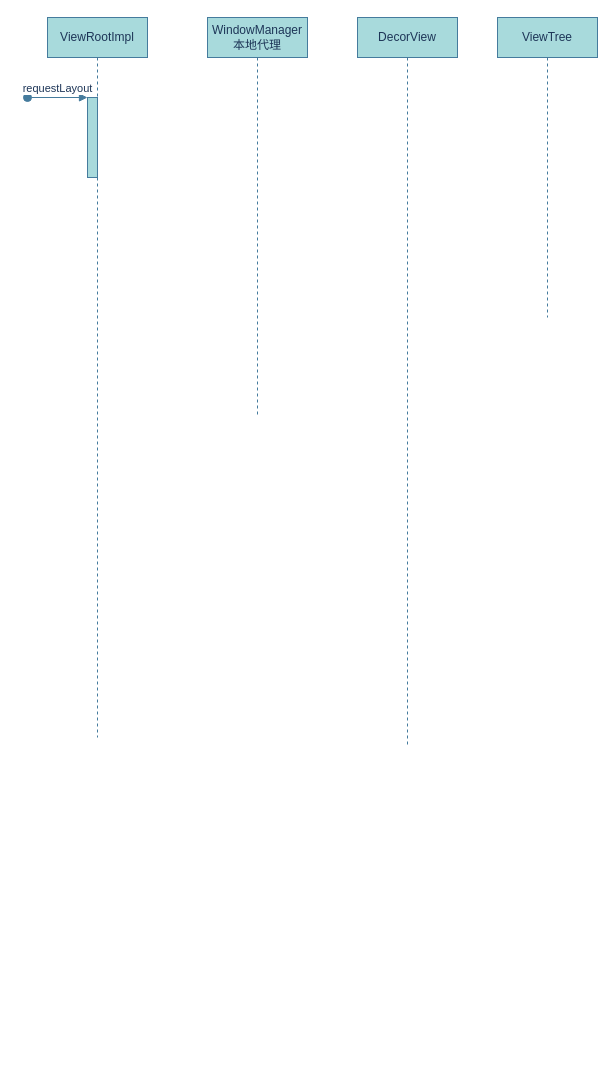
Before: 安卓视窗系统渲染架构分析2.drawio in dlwanghw/diagram, a draw.io diagram. Source tidied: cells renumbered, new cells numbered last; positions are measured from the earlier drawing's top-left corner, leaving out a move shared by most shapes. Both pictures are drawn from the tidied source at 100%, with x=0, y=0 at pixel (27, 17).
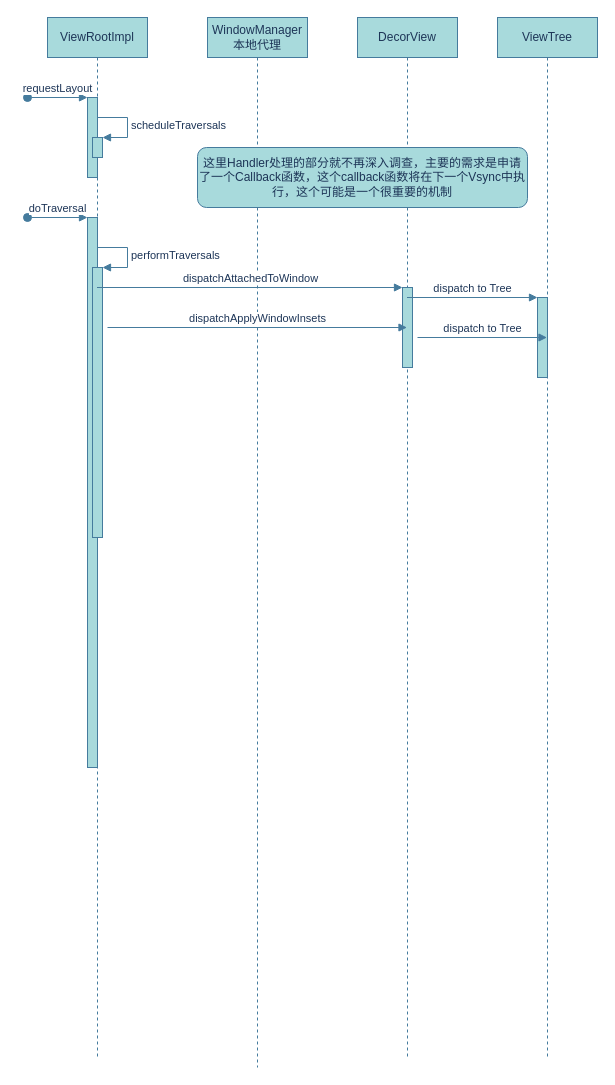
Above is the later version.

Commit message (it also covers changes not shown here):
Update 安卓视窗系统渲染架构分析2.drawio

Change to the diagram source:
```diff
@@
     <mxCell id="2" value="ViewRootImpl" style="shape=umlLifeline;perimeter=lifelinePerimeter;whiteSpace=wrap;html=1;outlineConnect=0;rounded=0;sketch=0;fontColor=#1D3557;strokeColor=#457B9D;fillColor=#A8DADC;" parent="1" vertex="1">
-      <mxGeometry x="20" width="100" height="720" as="geometry" />
+      <mxGeometry x="20" width="100" height="1040" as="geometry" />
     </mxCell>
@@
+    <mxCell id="8" style="html=1;points=[];perimeter=orthogonalPerimeter;rounded=0;sketch=0;fontColor=#1D3557;strokeColor=#457B9D;fillColor=#A8DADC;" parent="2" vertex="1">
+      <mxGeometry x="45" y="120" width="10" height="20" as="geometry" />
+    </mxCell>
+    <mxCell id="9" value="scheduleTraversals" style="edgeStyle=orthogonalEdgeStyle;html=1;align=left;spacingLeft=2;endArrow=block;rounded=0;entryX=1;entryY=0;sketch=0;fontColor=#1D3557;strokeColor=#457B9D;fillColor=#A8DADC;curved=0;" parent="2" edge="1" target="8">
+      <mxGeometry relative="1" as="geometry">
+        <mxPoint x="50" y="100" as="sourcePoint" />
+        <Array as="points">
+          <mxPoint x="80" y="100" />
+        </Array>
+      </mxGeometry>
+    </mxCell>
     <mxCell id="5" value="DecorView" style="shape=umlLifeline;perimeter=lifelinePerimeter;whiteSpace=wrap;html=1;outlineConnect=0;rounded=0;sketch=0;fontColor=#1D3557;strokeColor=#457B9D;fillColor=#A8DADC;" parent="1" vertex="1">
-      <mxGeometry x="330" width="100" height="730" as="geometry" />
+      <mxGeometry x="330" width="100" height="1040" as="geometry" />
     </mxCell>
     <mxCell id="6" value="WindowManager&lt;br&gt;本地代理" style="shape=umlLifeline;perimeter=lifelinePerimeter;whiteSpace=wrap;html=1;rounded=0;sketch=0;fontColor=#1D3557;strokeColor=#457B9D;fillColor=#A8DADC;" parent="1" vertex="1">
-      <mxGeometry x="180" width="100" height="400" as="geometry" />
+      <mxGeometry x="180" width="100" height="1050" as="geometry" />
     </mxCell>
     <mxCell id="7" value="ViewTree" style="shape=umlLifeline;perimeter=lifelinePerimeter;whiteSpace=wrap;html=1;outlineConnect=0;rounded=0;sketch=0;fontColor=#1D3557;strokeColor=#457B9D;fillColor=#A8DADC;" parent="1" vertex="1">
-      <mxGeometry x="470" width="100" height="300" as="geometry" />
+      <mxGeometry x="470" width="100" height="1040" as="geometry" />
     </mxCell>
+    <mxCell id="10" parent="0" />
+    <mxCell id="11" style="html=1;points=[];perimeter=orthogonalPerimeter;rounded=0;sketch=0;fontColor=#1D3557;strokeColor=#457B9D;fillColor=#A8DADC;" parent="10" vertex="1">
+      <mxGeometry x="60" y="200" width="10" height="550" as="geometry" />
+    </mxCell>
+    <mxCell id="12" value="doTraversal" style="html=1;verticalAlign=bottom;startArrow=oval;endArrow=block;startSize=8;rounded=1;sketch=0;fontColor=#1D3557;strokeColor=#457B9D;fillColor=#A8DADC;curved=0;" parent="10" edge="1" target="11">
+      <mxGeometry relative="1" as="geometry">
+        <mxPoint y="200" as="sourcePoint" />
+      </mxGeometry>
+    </mxCell>
+    <mxCell id="13" style="html=1;points=[];perimeter=orthogonalPerimeter;rounded=0;sketch=0;fontColor=#1D3557;strokeColor=#457B9D;fillColor=#A8DADC;" parent="10" vertex="1">
+      <mxGeometry x="65" y="250" width="10" height="270" as="geometry" />
+    </mxCell>
+    <mxCell id="14" value="performTraversals" style="edgeStyle=orthogonalEdgeStyle;html=1;align=left;spacingLeft=2;endArrow=block;rounded=0;entryX=1;entryY=0;sketch=0;fontColor=#1D3557;strokeColor=#457B9D;fillColor=#A8DADC;curved=0;" parent="10" edge="1" target="13">
+      <mxGeometry relative="1" as="geometry">
+        <mxPoint x="70" y="230" as="sourcePoint" />
+        <Array as="points">
+          <mxPoint x="100" y="230" />
+        </Array>
+      </mxGeometry>
+    </mxCell>
+    <mxCell id="15" style="html=1;points=[];perimeter=orthogonalPerimeter;rounded=0;sketch=0;fontColor=#1D3557;strokeColor=#457B9D;fillColor=#A8DADC;" parent="10" vertex="1">
+      <mxGeometry x="375" y="270" width="10" height="80" as="geometry" />
+    </mxCell>
+    <mxCell id="16" value="dispatchAttachedToWindow" style="html=1;verticalAlign=bottom;endArrow=block;entryX=0;entryY=0;rounded=1;sketch=0;fontColor=#1D3557;strokeColor=#457B9D;fillColor=#A8DADC;curved=0;" parent="10" edge="1" source="2" target="15">
+      <mxGeometry relative="1" as="geometry" />
+    </mxCell>
+    <mxCell id="17" value="dispatchApplyWindowInsets" style="html=1;verticalAlign=bottom;endArrow=block;rounded=1;sketch=0;fontColor=#1D3557;strokeColor=#457B9D;fillColor=#A8DADC;curved=0;" parent="10" edge="1" target="5">
+      <mxGeometry relative="1" as="geometry">
+        <mxPoint x="80" y="310" as="sourcePoint" />
+      </mxGeometry>
+    </mxCell>
+    <mxCell id="18" style="html=1;points=[];perimeter=orthogonalPerimeter;rounded=0;sketch=0;fontColor=#1D3557;strokeColor=#457B9D;fillColor=#A8DADC;" parent="10" vertex="1">
+      <mxGeometry x="510" y="280" width="10" height="80" as="geometry" />
+    </mxCell>
+    <mxCell id="19" value="dispatch to Tree" style="html=1;verticalAlign=bottom;endArrow=block;entryX=0;entryY=0;rounded=1;sketch=0;fontColor=#1D3557;strokeColor=#457B9D;fillColor=#A8DADC;curved=0;" parent="10" edge="1" source="5" target="18">
+      <mxGeometry relative="1" as="geometry" />
+    </mxCell>
+    <mxCell id="20" value="dispatch to Tree" style="html=1;verticalAlign=bottom;endArrow=block;rounded=1;sketch=0;fontColor=#1D3557;strokeColor=#457B9D;fillColor=#A8DADC;curved=0;" parent="10" edge="1" target="7">
+      <mxGeometry relative="1" as="geometry">
+        <mxPoint x="390" y="320" as="sourcePoint" />
+      </mxGeometry>
+    </mxCell>
+    <mxCell id="21" parent="0" />
+    <mxCell id="22" value="这里Handler处理的部分就不再深入调查，主要的需求是申请了一个Callback函数，这个callback函数将在下一个Vsync中执行，这个可能是一个很重要的机制" style="rounded=1;whiteSpace=wrap;html=1;sketch=0;fontColor=#1D3557;strokeColor=#457B9D;fillColor=#A8DADC;" parent="21" vertex="1">
+      <mxGeometry x="170" y="130" width="330" height="60" as="geometry" />
+    </mxCell>
```
